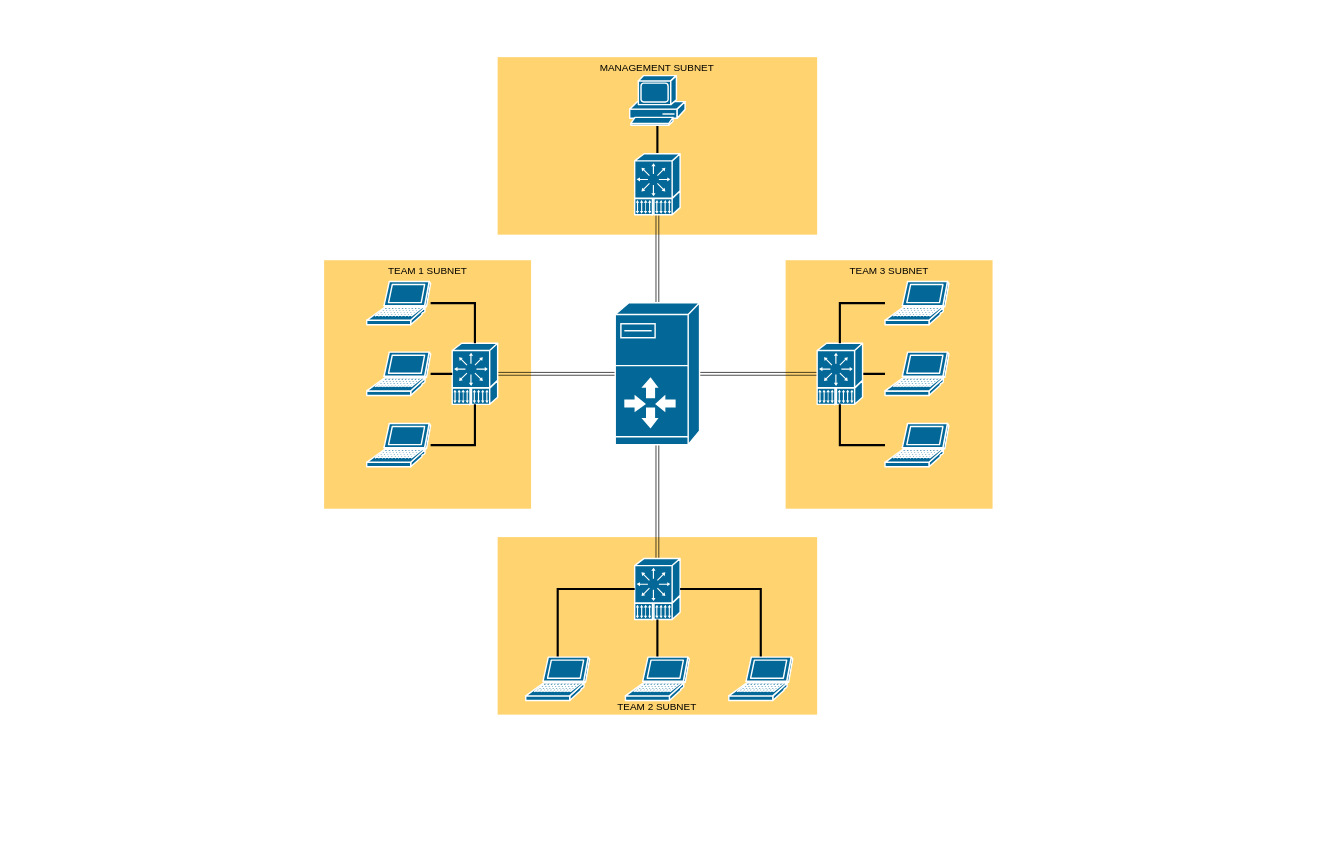
Above: presentation/competition.drawio in m0canu1/stage (draw.io), before the change. Source tidied: cells renumbered, new cells numbered last; positions are measured from the earlier drawing's top-left corner, leaving out a move shared by most shapes. Both pictures are drawn from the tidied source at 71%, with x=0, y=0 at pixel (324, 57).
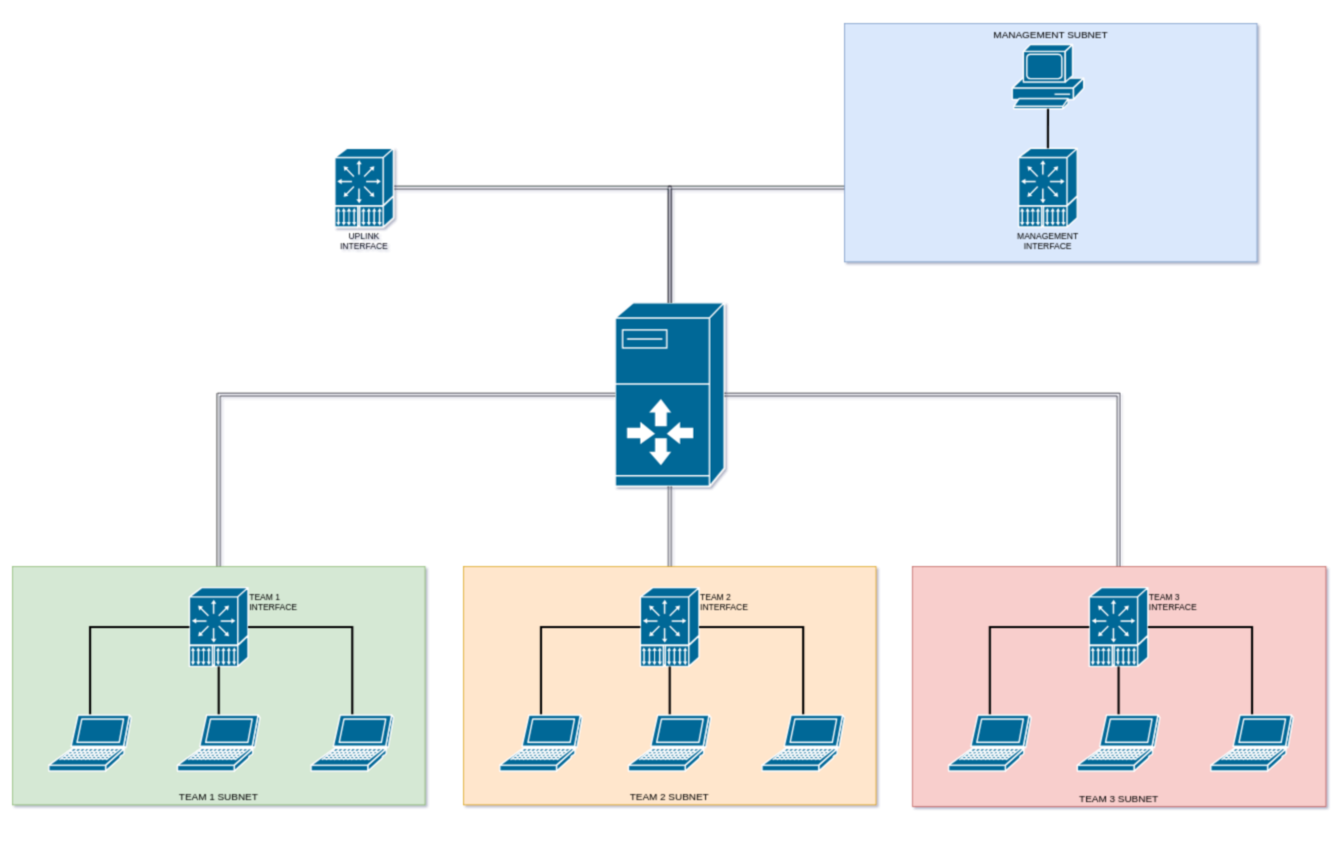
The same page after the edit.

Change to the diagram source:
```diff
@@
-<mxGraphModel>
+<mxGraphModel shadow="1">
@@
+    <mxCell id="36" style="group;" parent="1" vertex="1">
+      <mxGeometry x="-379" y="-63.3" width="1790" height="1180.2" as="geometry" />
+    </mxCell>
+    <mxCell id="10" style="shape=mxgraph.cisco.servers.server_with_router;html=1;dashed=0;fillColor=#036897;strokeColor=#ffffff;strokeWidth=2;verticalLabelPosition=bottom;verticalAlign=top;" parent="1" vertex="1">
+      <mxGeometry x="410" y="346" width="153.4" height="258.3" as="geometry" />
+    </mxCell>
+    <mxCell id="9" style="edgeStyle=orthogonalEdgeStyle;rounded=0;jettySize=auto;html=1;shape=link;targetPortConstraint=west;" parent="1" edge="1" source="10" target="12">
+      <mxGeometry relative="1" as="geometry" />
+    </mxCell>
+    <mxCell id="6" style="edgeStyle=orthogonalEdgeStyle;rounded=0;jettySize=auto;html=1;shape=link;" parent="1" edge="1" source="10" target="16">
+      <mxGeometry relative="1" as="geometry" />
+    </mxCell>
+    <mxCell id="37" style="edgeStyle=orthogonalEdgeStyle;shape=link;rounded=0;jettySize=auto;html=1;sourcePortConstraint=north;" parent="1" edge="1" source="41" target="10">
+      <mxGeometry relative="1" as="geometry" />
+    </mxCell>
+    <mxCell id="38" style="edgeStyle=orthogonalEdgeStyle;rounded=0;jettySize=auto;html=1;shape=link;sourcePortConstraint=north;" parent="1" edge="1" source="48" target="10">
+      <mxGeometry relative="1" as="geometry" />
+    </mxCell>
+    <mxCell id="39" style="edgeStyle=orthogonalEdgeStyle;shape=link;rounded=0;jettySize=auto;html=1;" parent="1" edge="1" source="56" target="10">
+      <mxGeometry relative="1" as="geometry" />
+    </mxCell>
+    <mxCell id="40" style="group;" parent="1" vertex="1">
+      <mxGeometry x="-439" y="717.4" width="1850" height="337.8" as="geometry" />
+    </mxCell>
-    <mxCell id="2" value="TEAM 2 SUBNET" style="whiteSpace=wrap;html=1;fillColor=#FFD470;gradientColor=none;fontSize=14;strokeColor=none;verticalAlign=bottom;flipV=0;flipH=0;align=center;labelPosition=center;verticalLabelPosition=middle;direction=south;" parent="1" vertex="1">
-      <mxGeometry x="244.4" y="676" width="450" height="250" as="geometry" />
+    <mxCell id="2" value="TEAM 2 SUBNET" style="whiteSpace=wrap;html=1;fillColor=#ffe6cc;fontSize=14;strokeColor=#d79b00;verticalAlign=bottom;flipV=0;flipH=0;align=center;labelPosition=center;verticalLabelPosition=middle;direction=south;" parent="40" vertex="1">
+      <mxGeometry x="635.2" width="581.1" height="335.7" as="geometry" />
     </mxCell>
-    <mxCell id="3" value="TEAM 3 SUBNET" style="whiteSpace=wrap;html=1;fillColor=#FFD470;gradientColor=none;fontSize=14;strokeColor=none;verticalAlign=top;" parent="1" vertex="1">
-      <mxGeometry x="650" y="286" width="291.5" height="350" as="geometry" />
-    </mxCell>
-    <mxCell id="4" value="MANAGEMENT SUBNET" style="whiteSpace=wrap;html=1;fillColor=#FFD470;gradientColor=none;fontSize=14;strokeColor=none;verticalAlign=top;" parent="1" vertex="1">
-      <mxGeometry x="244.4" width="450" height="250" as="geometry" />
-    </mxCell>
-    <mxCell id="5" value="TEAM 1 SUBNET" style="whiteSpace=wrap;html=1;fillColor=#FFD470;gradientColor=none;fontSize=14;strokeColor=none;verticalAlign=top;" parent="1" vertex="1">
-      <mxGeometry y="286" width="291.5" height="350" as="geometry" />
-    </mxCell>
-    <mxCell id="6" style="edgeStyle=orthogonalEdgeStyle;rounded=0;jettySize=auto;html=1;shape=link;" parent="1" edge="1" source="10" target="16">
-      <mxGeometry relative="1" as="geometry" />
-    </mxCell>
-    <mxCell id="7" style="edgeStyle=orthogonalEdgeStyle;rounded=0;jettySize=auto;html=1;shape=link;" parent="1" edge="1" source="10" target="15">
-      <mxGeometry relative="1" as="geometry" />
-    </mxCell>
-    <mxCell id="8" style="edgeStyle=orthogonalEdgeStyle;rounded=0;jettySize=auto;html=1;shape=link;" parent="1" edge="1" source="10" target="13">
-      <mxGeometry relative="1" as="geometry" />
-    </mxCell>
-    <mxCell id="9" style="edgeStyle=orthogonalEdgeStyle;rounded=0;jettySize=auto;html=1;shape=link;" parent="1" edge="1" source="10" target="12">
-      <mxGeometry relative="1" as="geometry" />
-    </mxCell>
-    <mxCell id="10" style="shape=mxgraph.cisco.servers.server_with_router;html=1;dashed=0;fillColor=#036897;strokeColor=#ffffff;strokeWidth=2;verticalLabelPosition=bottom;verticalAlign=top;" parent="1" vertex="1">
-      <mxGeometry x="410" y="346" width="118.8" height="200" as="geometry" />
-    </mxCell>
-    <mxCell id="11" style="edgeStyle=orthogonalEdgeStyle;rounded=0;jettySize=auto;html=1;endArrow=none;endFill=0;strokeWidth=3;" parent="1" edge="1" source="12" target="17">
-      <mxGeometry relative="1" as="geometry" />
-    </mxCell>
-    <mxCell id="12" style="shape=mxgraph.cisco.computers_and_peripherals.pc_adapter_card;html=1;dashed=0;fillColor=#036897;strokeColor=#ffffff;strokeWidth=2;verticalLabelPosition=bottom;verticalAlign=top;" parent="1" vertex="1">
-      <mxGeometry x="437.4" y="136" width="64" height="86" as="geometry" />
-    </mxCell>
-    <mxCell id="13" style="shape=mxgraph.cisco.computers_and_peripherals.pc_adapter_card;html=1;dashed=0;fillColor=#036897;strokeColor=#ffffff;strokeWidth=2;verticalLabelPosition=bottom;verticalAlign=top;" parent="1" vertex="1">
-      <mxGeometry x="180.4" y="403" width="64" height="86" as="geometry" />
-    </mxCell>
-    <mxCell id="14" style="edgeStyle=orthogonalEdgeStyle;rounded=0;jettySize=auto;html=1;endArrow=none;endFill=0;strokeWidth=3;" parent="1" edge="1" source="15" target="35">
-      <mxGeometry relative="1" as="geometry" />
-    </mxCell>
-    <mxCell id="15" style="shape=mxgraph.cisco.computers_and_peripherals.pc_adapter_card;html=1;dashed=0;fillColor=#036897;strokeColor=#ffffff;strokeWidth=2;verticalLabelPosition=bottom;verticalAlign=top;" parent="1" vertex="1">
-      <mxGeometry x="694.4" y="403" width="64" height="86" as="geometry" />
-    </mxCell>
-    <mxCell id="16" style="shape=mxgraph.cisco.computers_and_peripherals.pc_adapter_card;html=1;dashed=0;fillColor=#036897;strokeColor=#ffffff;strokeWidth=2;verticalLabelPosition=bottom;verticalAlign=top;" parent="1" vertex="1">
-      <mxGeometry x="437.4" y="706" width="64" height="86" as="geometry" />
+    <mxCell id="16" value="TEAM 2&lt;br&gt;INTERFACE" style="shape=mxgraph.cisco.computers_and_peripherals.pc_adapter_card;html=1;dashed=0;fillColor=#036897;strokeColor=#ffffff;strokeWidth=2;verticalLabelPosition=middle;verticalAlign=top;labelPosition=right;align=left;" parent="40" vertex="1">
+      <mxGeometry x="884.4" y="29.7" width="82.6" height="111" as="geometry" />
     </mxCell>
-    <mxCell id="17" style="shape=mxgraph.cisco.computers_and_peripherals.pc;html=1;dashed=0;fillColor=#036897;strokeColor=#ffffff;strokeWidth=2;verticalLabelPosition=bottom;verticalAlign=top;align=center;outlineConnect=0;" parent="1" vertex="1">
-      <mxGeometry x="430.4" y="26" width="78" height="70" as="geometry" />
-    </mxCell>
-    <mxCell id="18" style="text;html=1;align=center;verticalAlign=middle;" parent="1" vertex="1">
-      <mxGeometry x="192" y="230" width="20" height="20" as="geometry" />
-    </mxCell>
-    <mxCell id="19" style="edgeStyle=orthogonalEdgeStyle;rounded=0;jettySize=auto;html=1;endArrow=none;endFill=0;strokeWidth=3;sourcePortConstraint=north;" parent="1" edge="1" source="20" target="16">
+    <mxCell id="19" style="edgeStyle=orthogonalEdgeStyle;rounded=0;jettySize=auto;html=1;endArrow=none;endFill=0;strokeWidth=3;sourcePortConstraint=north;" parent="40" edge="1" source="20" target="16">
       <mxGeometry relative="1" as="geometry" />
     </mxCell>
-    <mxCell id="20" style="shape=mxgraph.cisco.computers_and_peripherals.laptop;html=1;dashed=0;fillColor=#036897;strokeColor=#ffffff;strokeWidth=2;verticalLabelPosition=bottom;verticalAlign=top;align=center;outlineConnect=0;" parent="1" vertex="1">
-      <mxGeometry x="570" y="845" width="90" height="61" as="geometry" />
+    <mxCell id="20" style="shape=mxgraph.cisco.computers_and_peripherals.laptop;html=1;dashed=0;fillColor=#036897;strokeColor=#ffffff;strokeWidth=2;verticalLabelPosition=bottom;verticalAlign=top;align=center;outlineConnect=0;" parent="40" vertex="1">
+      <mxGeometry x="1055.6" y="209.2" width="116.2" height="78.8" as="geometry" />
     </mxCell>
-    <mxCell id="21" style="edgeStyle=orthogonalEdgeStyle;rounded=0;jettySize=auto;html=1;endArrow=none;endFill=0;strokeWidth=3;targetPortConstraint=west;" parent="1" edge="1" source="22" target="16">
+    <mxCell id="21" style="edgeStyle=orthogonalEdgeStyle;rounded=0;jettySize=auto;html=1;endArrow=none;endFill=0;strokeWidth=3;targetPortConstraint=west;" parent="40" edge="1" source="22" target="16">
       <mxGeometry relative="1" as="geometry" />
     </mxCell>
-    <mxCell id="22" style="shape=mxgraph.cisco.computers_and_peripherals.laptop;html=1;dashed=0;fillColor=#036897;strokeColor=#ffffff;strokeWidth=2;verticalLabelPosition=bottom;verticalAlign=top;align=center;outlineConnect=0;" parent="1" vertex="1">
-      <mxGeometry x="284" y="845" width="90" height="61" as="geometry" />
+    <mxCell id="22" style="shape=mxgraph.cisco.computers_and_peripherals.laptop;html=1;dashed=0;fillColor=#036897;strokeColor=#ffffff;strokeWidth=2;verticalLabelPosition=bottom;verticalAlign=top;align=center;outlineConnect=0;" parent="40" vertex="1">
+      <mxGeometry x="686.3" y="209.2" width="116.2" height="78.8" as="geometry" />
     </mxCell>
-    <mxCell id="23" style="edgeStyle=orthogonalEdgeStyle;rounded=0;jettySize=auto;html=1;endArrow=none;endFill=0;strokeWidth=3;" parent="1" edge="1" source="24" target="16">
+    <mxCell id="23" style="edgeStyle=orthogonalEdgeStyle;rounded=0;jettySize=auto;html=1;endArrow=none;endFill=0;strokeWidth=3;" parent="40" edge="1" source="24" target="16">
       <mxGeometry relative="1" as="geometry" />
     </mxCell>
-    <mxCell id="24" style="shape=mxgraph.cisco.computers_and_peripherals.laptop;html=1;dashed=0;fillColor=#036897;strokeColor=#ffffff;strokeWidth=2;verticalLabelPosition=bottom;verticalAlign=top;align=center;outlineConnect=0;" parent="1" vertex="1">
-      <mxGeometry x="424.4" y="845" width="90" height="61" as="geometry" />
+    <mxCell id="24" style="shape=mxgraph.cisco.computers_and_peripherals.laptop;html=1;dashed=0;fillColor=#036897;strokeColor=#ffffff;strokeWidth=2;verticalLabelPosition=bottom;verticalAlign=top;align=center;outlineConnect=0;" parent="40" vertex="1">
+      <mxGeometry x="867.6" y="209.2" width="116.2" height="78.8" as="geometry" />
     </mxCell>
-    <mxCell id="25" style="edgeStyle=orthogonalEdgeStyle;rounded=0;jettySize=auto;html=1;endArrow=none;endFill=0;strokeWidth=3;" parent="1" edge="1" source="26" target="13">
-      <mxGeometry relative="1" as="geometry" />
-    </mxCell>
-    <mxCell id="26" style="shape=mxgraph.cisco.computers_and_peripherals.laptop;html=1;dashed=0;fillColor=#036897;strokeColor=#ffffff;strokeWidth=2;verticalLabelPosition=bottom;verticalAlign=top;align=center;outlineConnect=0;" parent="1" vertex="1">
-      <mxGeometry x="60" y="516" width="90" height="61" as="geometry" />
-    </mxCell>
-    <mxCell id="27" style="edgeStyle=orthogonalEdgeStyle;rounded=0;jettySize=auto;html=1;endArrow=none;endFill=0;strokeWidth=3;" parent="1" edge="1" source="28" target="13">
-      <mxGeometry relative="1" as="geometry" />
-    </mxCell>
-    <mxCell id="28" style="shape=mxgraph.cisco.computers_and_peripherals.laptop;html=1;dashed=0;fillColor=#036897;strokeColor=#ffffff;strokeWidth=2;verticalLabelPosition=bottom;verticalAlign=top;align=center;outlineConnect=0;" parent="1" vertex="1">
-      <mxGeometry x="60" y="316" width="90" height="61" as="geometry" />
-    </mxCell>
-    <mxCell id="29" style="edgeStyle=orthogonalEdgeStyle;rounded=0;jettySize=auto;html=1;endArrow=none;endFill=0;strokeWidth=3;" parent="1" edge="1" source="30" target="13">
-      <mxGeometry relative="1" as="geometry" />
-    </mxCell>
-    <mxCell id="30" style="shape=mxgraph.cisco.computers_and_peripherals.laptop;html=1;dashed=0;fillColor=#036897;strokeColor=#ffffff;strokeWidth=2;verticalLabelPosition=bottom;verticalAlign=top;align=center;outlineConnect=0;" parent="1" vertex="1">
-      <mxGeometry x="60" y="415.5" width="90" height="61" as="geometry" />
-    </mxCell>
-    <mxCell id="31" style="edgeStyle=orthogonalEdgeStyle;rounded=0;jettySize=auto;html=1;endArrow=none;endFill=0;strokeWidth=3;" parent="1" edge="1" source="32" target="15">
-      <mxGeometry relative="1" as="geometry" />
-    </mxCell>
-    <mxCell id="32" style="shape=mxgraph.cisco.computers_and_peripherals.laptop;html=1;dashed=0;fillColor=#036897;strokeColor=#ffffff;strokeWidth=2;verticalLabelPosition=bottom;verticalAlign=top;align=center;outlineConnect=0;" parent="1" vertex="1">
-      <mxGeometry x="790" y="516" width="90" height="61" as="geometry" />
-    </mxCell>
-    <mxCell id="33" style="edgeStyle=orthogonalEdgeStyle;rounded=0;jettySize=auto;html=1;endArrow=none;endFill=0;strokeWidth=3;" parent="1" edge="1" source="34" target="15">
-      <mxGeometry relative="1" as="geometry" />
-    </mxCell>
-    <mxCell id="34" style="shape=mxgraph.cisco.computers_and_peripherals.laptop;html=1;dashed=0;fillColor=#036897;strokeColor=#ffffff;strokeWidth=2;verticalLabelPosition=bottom;verticalAlign=top;align=center;outlineConnect=0;" parent="1" vertex="1">
-      <mxGeometry x="790" y="316" width="90" height="61" as="geometry" />
-    </mxCell>
-    <mxCell id="35" style="shape=mxgraph.cisco.computers_and_peripherals.laptop;html=1;dashed=0;fillColor=#036897;strokeColor=#ffffff;strokeWidth=2;verticalLabelPosition=bottom;verticalAlign=top;align=center;outlineConnect=0;" parent="1" vertex="1">
-      <mxGeometry x="790" y="415.5" width="90" height="61" as="geometry" />
-    </mxCell>
+    <mxCell id="3" value="TEAM 3 SUBNET" style="whiteSpace=wrap;html=1;fillColor=#f8cecc;fontSize=14;strokeColor=#b85450;verticalAlign=bottom;flipV=0;flipH=0;align=center;labelPosition=center;verticalLabelPosition=middle;direction=south;" parent="40" vertex="1">
+      <mxGeometry x="1267.4" width="582.6" height="337.8" as="geometry" />
+    </mxCell>
+    <mxCell id="41" value="TEAM 3&lt;br&gt;INTERFACE" style="shape=mxgraph.cisco.computers_and_peripherals.pc_adapter_card;html=1;dashed=0;fillColor=#036897;strokeColor=#ffffff;strokeWidth=2;verticalLabelPosition=middle;verticalAlign=top;labelPosition=right;align=left;" parent="40" vertex="1">
+      <mxGeometry x="1516.6" y="29.7" width="82.6" height="111" as="geometry" />
+    </mxCell>
+    <mxCell id="42" style="edgeStyle=orthogonalEdgeStyle;rounded=0;jettySize=auto;html=1;endArrow=none;endFill=0;strokeWidth=3;sourcePortConstraint=north;" parent="40" edge="1" source="43" target="41">
+      <mxGeometry relative="1" as="geometry" />
+    </mxCell>
+    <mxCell id="43" style="shape=mxgraph.cisco.computers_and_peripherals.laptop;html=1;dashed=0;fillColor=#036897;strokeColor=#ffffff;strokeWidth=2;verticalLabelPosition=bottom;verticalAlign=top;align=center;outlineConnect=0;" parent="40" vertex="1">
+      <mxGeometry x="1687.8" y="209.2" width="116.2" height="78.8" as="geometry" />
+    </mxCell>
+    <mxCell id="44" style="edgeStyle=orthogonalEdgeStyle;rounded=0;jettySize=auto;html=1;endArrow=none;endFill=0;strokeWidth=3;targetPortConstraint=west;" parent="40" edge="1" source="45" target="41">
+      <mxGeometry relative="1" as="geometry" />
+    </mxCell>
+    <mxCell id="45" style="shape=mxgraph.cisco.computers_and_peripherals.laptop;html=1;dashed=0;fillColor=#036897;strokeColor=#ffffff;strokeWidth=2;verticalLabelPosition=bottom;verticalAlign=top;align=center;outlineConnect=0;" parent="40" vertex="1">
+      <mxGeometry x="1318.5" y="209.2" width="116.2" height="78.8" as="geometry" />
+    </mxCell>
+    <mxCell id="46" style="edgeStyle=orthogonalEdgeStyle;rounded=0;jettySize=auto;html=1;endArrow=none;endFill=0;strokeWidth=3;" parent="40" edge="1" source="47" target="41">
+      <mxGeometry relative="1" as="geometry" />
+    </mxCell>
+    <mxCell id="47" style="shape=mxgraph.cisco.computers_and_peripherals.laptop;html=1;dashed=0;fillColor=#036897;strokeColor=#ffffff;strokeWidth=2;verticalLabelPosition=bottom;verticalAlign=top;align=center;outlineConnect=0;" parent="40" vertex="1">
+      <mxGeometry x="1499.8" y="209.2" width="116.2" height="78.8" as="geometry" />
+    </mxCell>
+    <mxCell id="5" value="TEAM 1 SUBNET" style="whiteSpace=wrap;html=1;fillColor=#d5e8d4;fontSize=14;strokeColor=#82b366;verticalAlign=bottom;flipV=0;flipH=0;align=center;labelPosition=center;verticalLabelPosition=middle;direction=south;" parent="40" vertex="1">
+      <mxGeometry width="581.1" height="335.7" as="geometry" />
+    </mxCell>
+    <mxCell id="48" value="TEAM 1&lt;br&gt;INTERFACE" style="shape=mxgraph.cisco.computers_and_peripherals.pc_adapter_card;html=1;dashed=0;fillColor=#036897;strokeColor=#ffffff;strokeWidth=2;verticalLabelPosition=middle;verticalAlign=top;labelPosition=right;align=left;" parent="40" vertex="1">
+      <mxGeometry x="249.2" y="29.7" width="82.6" height="111" as="geometry" />
+    </mxCell>
+    <mxCell id="49" style="edgeStyle=orthogonalEdgeStyle;rounded=0;jettySize=auto;html=1;endArrow=none;endFill=0;strokeWidth=3;sourcePortConstraint=north;" parent="40" edge="1" source="50" target="48">
+      <mxGeometry relative="1" as="geometry" />
+    </mxCell>
+    <mxCell id="50" style="shape=mxgraph.cisco.computers_and_peripherals.laptop;html=1;dashed=0;fillColor=#036897;strokeColor=#ffffff;strokeWidth=2;verticalLabelPosition=bottom;verticalAlign=top;align=center;outlineConnect=0;" parent="40" vertex="1">
+      <mxGeometry x="420.5" y="209.2" width="116.2" height="78.8" as="geometry" />
+    </mxCell>
+    <mxCell id="51" style="edgeStyle=orthogonalEdgeStyle;rounded=0;jettySize=auto;html=1;endArrow=none;endFill=0;strokeWidth=3;targetPortConstraint=west;" parent="40" edge="1" source="52" target="48">
+      <mxGeometry relative="1" as="geometry" />
+    </mxCell>
+    <mxCell id="52" style="shape=mxgraph.cisco.computers_and_peripherals.laptop;html=1;dashed=0;fillColor=#036897;strokeColor=#ffffff;strokeWidth=2;verticalLabelPosition=bottom;verticalAlign=top;align=center;outlineConnect=0;" parent="40" vertex="1">
+      <mxGeometry x="51.2" y="209.2" width="116.2" height="78.8" as="geometry" />
+    </mxCell>
+    <mxCell id="53" style="edgeStyle=orthogonalEdgeStyle;rounded=0;jettySize=auto;html=1;endArrow=none;endFill=0;strokeWidth=3;" parent="40" edge="1" source="54" target="48">
+      <mxGeometry relative="1" as="geometry" />
+    </mxCell>
+    <mxCell id="54" style="shape=mxgraph.cisco.computers_and_peripherals.laptop;html=1;dashed=0;fillColor=#036897;strokeColor=#ffffff;strokeWidth=2;verticalLabelPosition=bottom;verticalAlign=top;align=center;outlineConnect=0;" parent="40" vertex="1">
+      <mxGeometry x="232.4" y="209.2" width="116.2" height="78.8" as="geometry" />
+    </mxCell>
+    <mxCell id="55" style="group;" parent="1" vertex="1">
+      <mxGeometry x="15" y="-47.4" width="1298.9" height="335.7" as="geometry" />
+    </mxCell>
+    <mxCell id="4" value="MANAGEMENT SUBNET" style="whiteSpace=wrap;html=1;fillColor=#dae8fc;fontSize=14;strokeColor=#6c8ebf;verticalAlign=top;" parent="55" vertex="1">
+      <mxGeometry x="717.8" width="581.1" height="335.7" as="geometry" />
+    </mxCell>
+    <mxCell id="12" value="MANAGEMENT&lt;br&gt;INTERFACE" style="shape=mxgraph.cisco.computers_and_peripherals.pc_adapter_card;html=1;dashed=0;fillColor=#036897;strokeColor=#ffffff;strokeWidth=2;verticalLabelPosition=bottom;verticalAlign=top;" parent="55" vertex="1">
+      <mxGeometry x="963.1" y="175.6" width="82.6" height="111" as="geometry" />
+    </mxCell>
+    <mxCell id="17" style="shape=mxgraph.cisco.computers_and_peripherals.pc;html=1;dashed=0;fillColor=#036897;strokeColor=#ffffff;strokeWidth=2;verticalLabelPosition=bottom;verticalAlign=top;align=center;outlineConnect=0;" parent="55" vertex="1">
+      <mxGeometry x="954.1" y="29.7" width="100.7" height="90.4" as="geometry" />
+    </mxCell>
+    <mxCell id="11" style="edgeStyle=orthogonalEdgeStyle;rounded=0;jettySize=auto;html=1;endArrow=none;endFill=0;strokeWidth=3;" parent="55" edge="1" source="12" target="17">
+      <mxGeometry relative="1" as="geometry" />
+    </mxCell>
+    <mxCell id="18" style="text;html=1;align=center;verticalAlign=middle;" parent="55" vertex="1">
+      <mxGeometry x="113.5" y="297" width="20" height="20" as="geometry" />
+    </mxCell>
+    <mxCell id="56" value="UPLINK&lt;br&gt;INTERFACE" style="shape=mxgraph.cisco.computers_and_peripherals.pc_adapter_card;html=1;dashed=0;fillColor=#036897;strokeColor=#ffffff;strokeWidth=2;verticalLabelPosition=bottom;verticalAlign=top;" parent="55" vertex="1">
+      <mxGeometry y="175.6" width="82.6" height="111" as="geometry" />
+    </mxCell>
```
